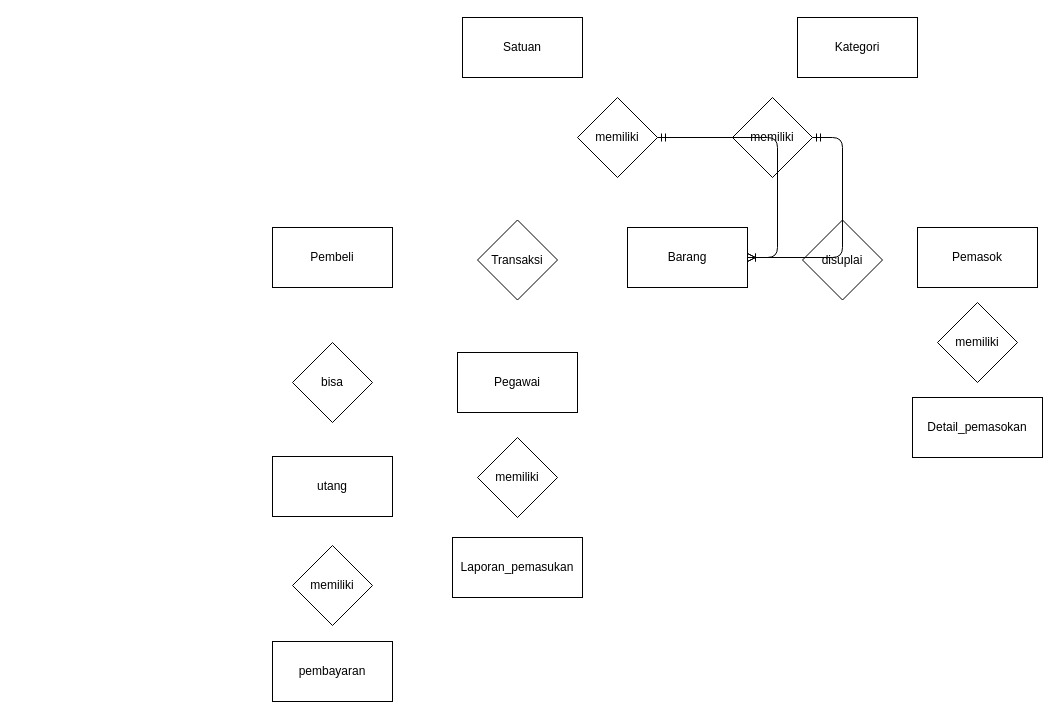
The draw.io diagram Untitled Diagram.drawio in exceldeo/tugas-sbd-d-fp, before the edit. Source tidied: cells renumbered, new cells numbered last; positions are measured from the earlier drawing's top-left corner, leaving out a move shared by most shapes. Both pictures are drawn from the tidied source at 100%, with x=0, y=0 at pixel (272, 17).
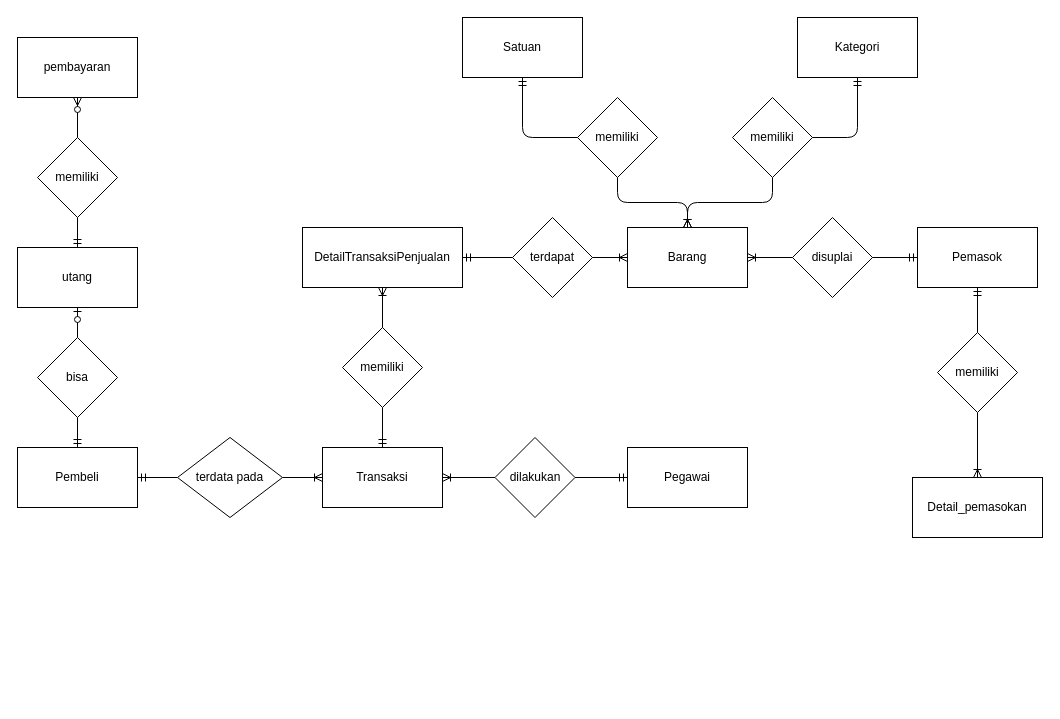
The same diagram, later.

Commit message:
menambahkan relasi pada setiap entitas

The change refers to these unchanged cells:
```xml
<mxCell id="3" value="Barang" style="rounded=0;whiteSpace=wrap;html=1;" parent="1" vertex="1">
  <mxGeometry x="355" y="210" width="120" height="60" as="geometry" />
</mxCell>
<mxCell id="5" value="Kategori" style="rounded=0;whiteSpace=wrap;html=1;" parent="1" vertex="1">
  <mxGeometry x="525" width="120" height="60" as="geometry" />
</mxCell>
<mxCell id="6" value="Satuan" style="rounded=0;whiteSpace=wrap;html=1;" parent="1" vertex="1">
  <mxGeometry x="190" width="120" height="60" as="geometry" />
</mxCell>
<mxCell id="8" value="Pemasok" style="rounded=0;whiteSpace=wrap;html=1;" parent="1" vertex="1">
  <mxGeometry x="645" y="210" width="120" height="60" as="geometry" />
</mxCell>
<mxCell id="11" value="memiliki" style="rhombus;whiteSpace=wrap;html=1;" parent="1" vertex="1">
  <mxGeometry x="305" y="80" width="80" height="80" as="geometry" />
</mxCell>
<mxCell id="13" value="memiliki" style="rhombus;whiteSpace=wrap;html=1;" parent="1" vertex="1">
  <mxGeometry x="460" y="80" width="80" height="80" as="geometry" />
</mxCell>
```

What changed in the source:
```diff
@@
     <mxCell id="2" value="Pembeli" style="rounded=0;whiteSpace=wrap;html=1;" parent="1" vertex="1">
-      <mxGeometry y="210" width="120" height="60" as="geometry" />
+      <mxGeometry x="-255" y="430" width="120" height="60" as="geometry" />
     </mxCell>
@@
     <mxCell id="4" value="Detail_pemasokan" style="rounded=0;whiteSpace=wrap;html=1;" parent="1" vertex="1">
-      <mxGeometry x="640" y="380" width="130" height="60" as="geometry" />
+      <mxGeometry x="640" y="460" width="130" height="60" as="geometry" />
     </mxCell>
@@
     <mxCell id="7" value="Pegawai" style="rounded=0;whiteSpace=wrap;html=1;" parent="1" vertex="1">
-      <mxGeometry x="185" y="335" width="120" height="60" as="geometry" />
+      <mxGeometry x="355" y="430" width="120" height="60" as="geometry" />
     </mxCell>
@@
     <mxCell id="9" value="utang" style="rounded=0;whiteSpace=wrap;html=1;" parent="1" vertex="1">
-      <mxGeometry y="439" width="120" height="60" as="geometry" />
+      <mxGeometry x="-255" y="230" width="120" height="60" as="geometry" />
     </mxCell>
     <mxCell id="10" value="pembayaran" style="rounded=0;whiteSpace=wrap;html=1;" parent="1" vertex="1">
-      <mxGeometry y="624" width="120" height="60" as="geometry" />
+      <mxGeometry x="-255" y="20" width="120" height="60" as="geometry" />
     </mxCell>
@@
-    <mxCell id="12" value="Laporan_pemasukan" style="rounded=0;whiteSpace=wrap;html=1;" parent="1" vertex="1">
-      <mxGeometry x="180" y="520" width="130" height="60" as="geometry" />
+    <mxCell id="12" value="DetailTransaksiPenjualan" style="rounded=0;whiteSpace=wrap;html=1;" parent="1" vertex="1">
+      <mxGeometry x="30" y="210" width="160" height="60" as="geometry" />
     </mxCell>
@@
     <mxCell id="14" value="disuplai" style="rhombus;whiteSpace=wrap;html=1;" parent="1" vertex="1">
-      <mxGeometry x="530" y="202.5" width="80" height="80" as="geometry" />
+      <mxGeometry x="520" y="200" width="80" height="80" as="geometry" />
     </mxCell>
     <mxCell id="15" value="memiliki" style="rhombus;whiteSpace=wrap;html=1;" parent="1" vertex="1">
-      <mxGeometry x="665" y="285" width="80" height="80" as="geometry" />
+      <mxGeometry x="665" y="315" width="80" height="80" as="geometry" />
     </mxCell>
-    <mxCell id="16" value="Transaksi" style="rhombus;whiteSpace=wrap;html=1;" parent="1" vertex="1">
-      <mxGeometry x="205" y="202.5" width="80" height="80" as="geometry" />
+    <mxCell id="16" value="terdata pada" style="rhombus;whiteSpace=wrap;html=1;" parent="1" vertex="1">
+      <mxGeometry x="-95" y="420" width="105" height="80" as="geometry" />
     </mxCell>
     <mxCell id="17" value="memiliki" style="rhombus;whiteSpace=wrap;html=1;" parent="1" vertex="1">
-      <mxGeometry x="205" y="420" width="80" height="80" as="geometry" />
+      <mxGeometry x="70" y="310" width="80" height="80" as="geometry" />
     </mxCell>
     <mxCell id="18" value="memiliki" style="rhombus;whiteSpace=wrap;html=1;" parent="1" vertex="1">
-      <mxGeometry x="20" y="528" width="80" height="80" as="geometry" />
+      <mxGeometry x="-235" y="120" width="80" height="80" as="geometry" />
     </mxCell>
     <mxCell id="19" value="bisa" style="rhombus;whiteSpace=wrap;html=1;" parent="1" vertex="1">
-      <mxGeometry x="20" y="325" width="80" height="80" as="geometry" />
+      <mxGeometry x="-235" y="320" width="80" height="80" as="geometry" />
     </mxCell>
+    <mxCell id="22" style="edgeStyle=orthogonalEdgeStyle;fontSize=12;html=1;endArrow=ERmandOne;exitX=1;exitY=0.5;exitDx=0;exitDy=0;" parent="1" edge="1" source="13" target="5">
+      <mxGeometry relative="1" as="geometry" />
+    </mxCell>
+    <mxCell id="23" style="edgeStyle=orthogonalEdgeStyle;fontSize=12;html=1;endArrow=ERmandOne;" parent="1" edge="1" source="11" target="6">
+      <mxGeometry relative="1" as="geometry">
+        <Array as="points">
+          <mxPoint x="250" y="120" />
+        </Array>
+      </mxGeometry>
+    </mxCell>
-    <mxCell id="20" style="edgeStyle=entityRelationEdgeStyle;fontSize=12;html=1;endArrow=ERoneToMany;startArrow=ERmandOne;" parent="1" edge="1" source="13" target="3">
+    <mxCell id="20" style="edgeStyle=orthogonalEdgeStyle;fontSize=12;html=1;endArrow=ERoneToMany;" parent="1" edge="1" source="13" target="3">
       <mxGeometry relative="1" as="geometry" />
     </mxCell>
-    <mxCell id="21" style="edgeStyle=entityRelationEdgeStyle;fontSize=12;html=1;endArrow=ERoneToMany;startArrow=ERmandOne;" parent="1" edge="1" source="11" target="3">
+    <mxCell id="21" style="edgeStyle=orthogonalEdgeStyle;fontSize=12;html=1;endArrow=ERoneToMany;" parent="1" edge="1" source="11" target="3">
       <mxGeometry relative="1" as="geometry" />
     </mxCell>
+    <mxCell id="24" style="edgeStyle=orthogonalEdgeStyle;fontSize=12;html=1;endArrow=ERoneToMany;" parent="1" edge="1" source="14" target="3">
+      <mxGeometry relative="1" as="geometry" />
+    </mxCell>
+    <mxCell id="25" style="edgeStyle=orthogonalEdgeStyle;fontSize=12;html=1;endArrow=ERmandOne;" parent="1" edge="1" source="14" target="8">
+      <mxGeometry relative="1" as="geometry" />
+    </mxCell>
+    <mxCell id="26" style="edgeStyle=orthogonalEdgeStyle;fontSize=12;html=1;endArrow=ERmandOne;" parent="1" edge="1" source="15" target="8">
+      <mxGeometry relative="1" as="geometry" />
+    </mxCell>
+    <mxCell id="27" style="fontSize=12;html=1;endArrow=ERoneToMany;" parent="1" edge="1" source="15" target="4">
+      <mxGeometry relative="1" as="geometry" />
+    </mxCell>
+    <mxCell id="28" value="Transaksi" style="rounded=0;whiteSpace=wrap;html=1;" parent="1" vertex="1">
+      <mxGeometry x="50" y="430" width="120" height="60" as="geometry" />
+    </mxCell>
+    <mxCell id="29" value="terdapat" style="rhombus;whiteSpace=wrap;html=1;" parent="1" vertex="1">
+      <mxGeometry x="240" y="200" width="80" height="80" as="geometry" />
+    </mxCell>
+    <mxCell id="30" value="dilakukan" style="rhombus;whiteSpace=wrap;html=1;" parent="1" vertex="1">
+      <mxGeometry x="222.5" y="420" width="80" height="80" as="geometry" />
+    </mxCell>
+    <mxCell id="31" style="edgeStyle=none;rounded=0;orthogonalLoop=1;jettySize=auto;html=1;exitX=0.5;exitY=1;exitDx=0;exitDy=0;" parent="1" edge="1" source="30" target="30">
+      <mxGeometry relative="1" as="geometry" />
+    </mxCell>
+    <mxCell id="32" style="edgeStyle=orthogonalEdgeStyle;fontSize=12;html=1;endArrow=ERoneToMany;" parent="1" edge="1" source="29" target="3">
+      <mxGeometry relative="1" as="geometry" />
+    </mxCell>
+    <mxCell id="33" style="edgeStyle=orthogonalEdgeStyle;fontSize=12;html=1;endArrow=ERmandOne;" parent="1" edge="1" source="17" target="28">
+      <mxGeometry relative="1" as="geometry" />
+    </mxCell>
+    <mxCell id="34" style="edgeStyle=orthogonalEdgeStyle;fontSize=12;html=1;endArrow=ERoneToMany;" parent="1" edge="1" source="30" target="28">
+      <mxGeometry relative="1" as="geometry" />
+    </mxCell>
+    <mxCell id="35" style="edgeStyle=orthogonalEdgeStyle;fontSize=12;html=1;endArrow=ERmandOne;" parent="1" edge="1" source="30" target="7">
+      <mxGeometry relative="1" as="geometry" />
+    </mxCell>
+    <mxCell id="36" style="edgeStyle=orthogonalEdgeStyle;fontSize=12;html=1;endArrow=ERoneToMany;" parent="1" edge="1" source="16" target="28">
+      <mxGeometry relative="1" as="geometry" />
+    </mxCell>
+    <mxCell id="37" style="edgeStyle=orthogonalEdgeStyle;fontSize=12;html=1;endArrow=ERmandOne;" parent="1" edge="1" source="16" target="2">
+      <mxGeometry relative="1" as="geometry" />
+    </mxCell>
+    <mxCell id="38" style="edgeStyle=orthogonalEdgeStyle;fontSize=12;html=1;endArrow=ERmandOne;" parent="1" edge="1" source="29" target="12">
+      <mxGeometry relative="1" as="geometry" />
+    </mxCell>
+    <mxCell id="39" style="edgeStyle=orthogonalEdgeStyle;fontSize=12;html=1;endArrow=ERoneToMany;" parent="1" edge="1" source="17" target="12">
+      <mxGeometry relative="1" as="geometry" />
+    </mxCell>
+    <mxCell id="40" style="edgeStyle=orthogonalEdgeStyle;fontSize=12;html=1;endArrow=ERmandOne;" parent="1" edge="1" source="19" target="2">
+      <mxGeometry relative="1" as="geometry" />
+    </mxCell>
+    <mxCell id="41" style="fontSize=12;html=1;endArrow=ERzeroToOne;endFill=1;" parent="1" edge="1" source="19" target="9">
+      <mxGeometry relative="1" as="geometry" />
+    </mxCell>
+    <mxCell id="42" style="edgeStyle=none;rounded=0;orthogonalLoop=1;jettySize=auto;html=1;exitX=1;exitY=1;exitDx=0;exitDy=0;" parent="1" edge="1" source="18" target="18">
+      <mxGeometry relative="1" as="geometry" />
+    </mxCell>
+    <mxCell id="43" style="edgeStyle=orthogonalEdgeStyle;fontSize=12;html=1;endArrow=ERmandOne;" parent="1" edge="1" source="18" target="9">
+      <mxGeometry relative="1" as="geometry" />
+    </mxCell>
+    <mxCell id="44" style="fontSize=12;html=1;endArrow=ERzeroToMany;endFill=1;" parent="1" edge="1" source="18" target="10">
+      <mxGeometry relative="1" as="geometry" />
+    </mxCell>
```
